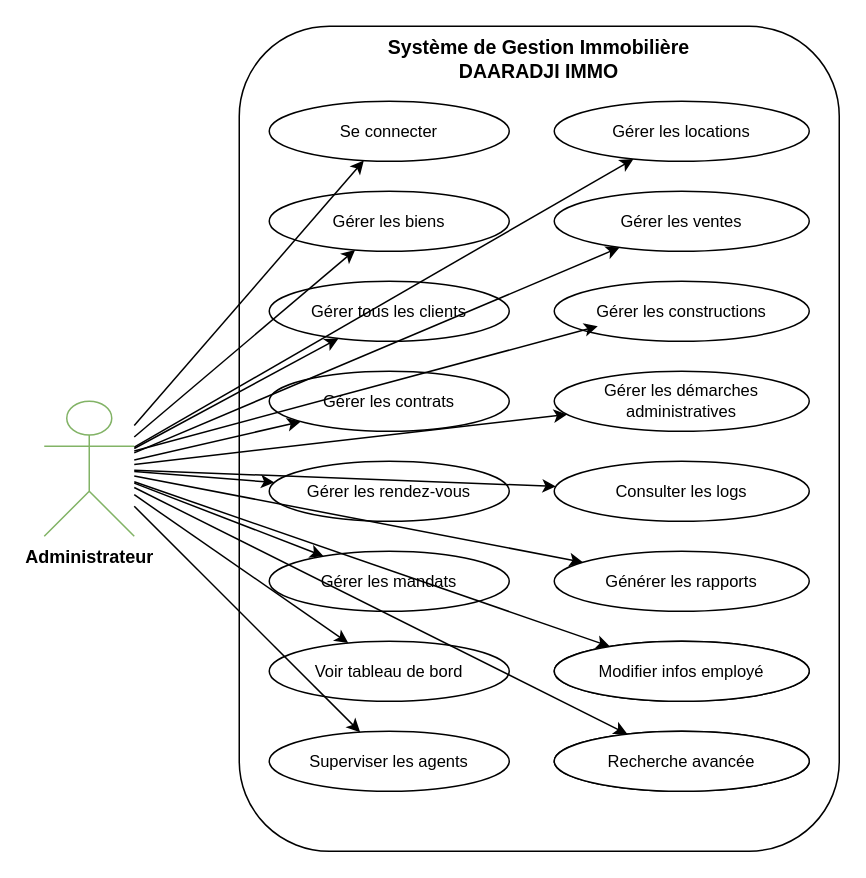
Before: page "UseCase Administrateur" (3 of 6) of diagramme-contexte.drawio in Awa-ndao/gestion-immobiliere-daaradji, a draw.io diagram. Source tidied: cells renumbered, new cells numbered last; positions are measured from the earlier drawing's top-left corner, leaving out a move shared by most shapes. Both pictures are drawn from the tidied source at 150%, with x=0, y=0 at pixel (44, 26).
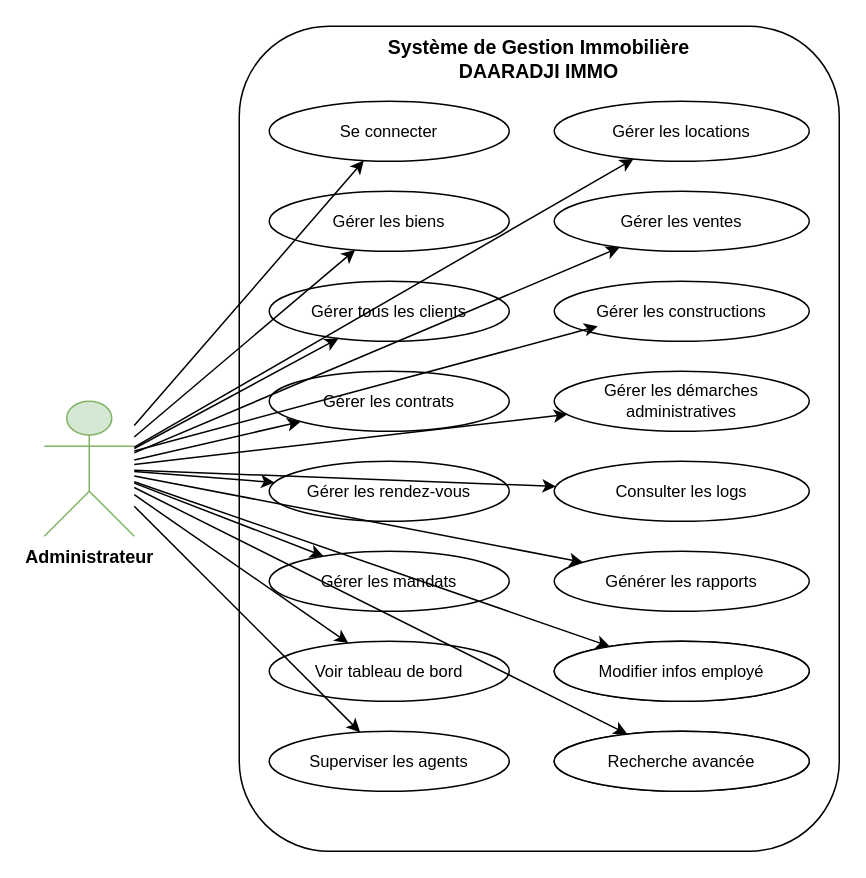
Above is the later version.

Commit message:
Mettre à jour UseCase Administrateur.drawio

The edit, as a diff of the source:
```diff
@@
-    <mxCell id="35" value="&lt;span style=&quot;font-weight: 700; white-space: normal;&quot;&gt;Administrateur&lt;/span&gt;" style="shape=umlActor;verticalLabelPosition=bottom;verticalAlign=top;html=1;fillColor=#ffffff;strokeColor=#82b366;" parent="1" vertex="1">
+    <mxCell id="35" value="&lt;span style=&quot;font-weight: 700; white-space: normal;&quot;&gt;Administrateur&lt;/span&gt;" style="shape=umlActor;verticalLabelPosition=bottom;verticalAlign=top;html=1;fillColor=#d5e8d4;strokeColor=#82b366;" parent="1" vertex="1">
       <mxGeometry y="250" width="60" height="90" as="geometry" />
     </mxCell>
```
